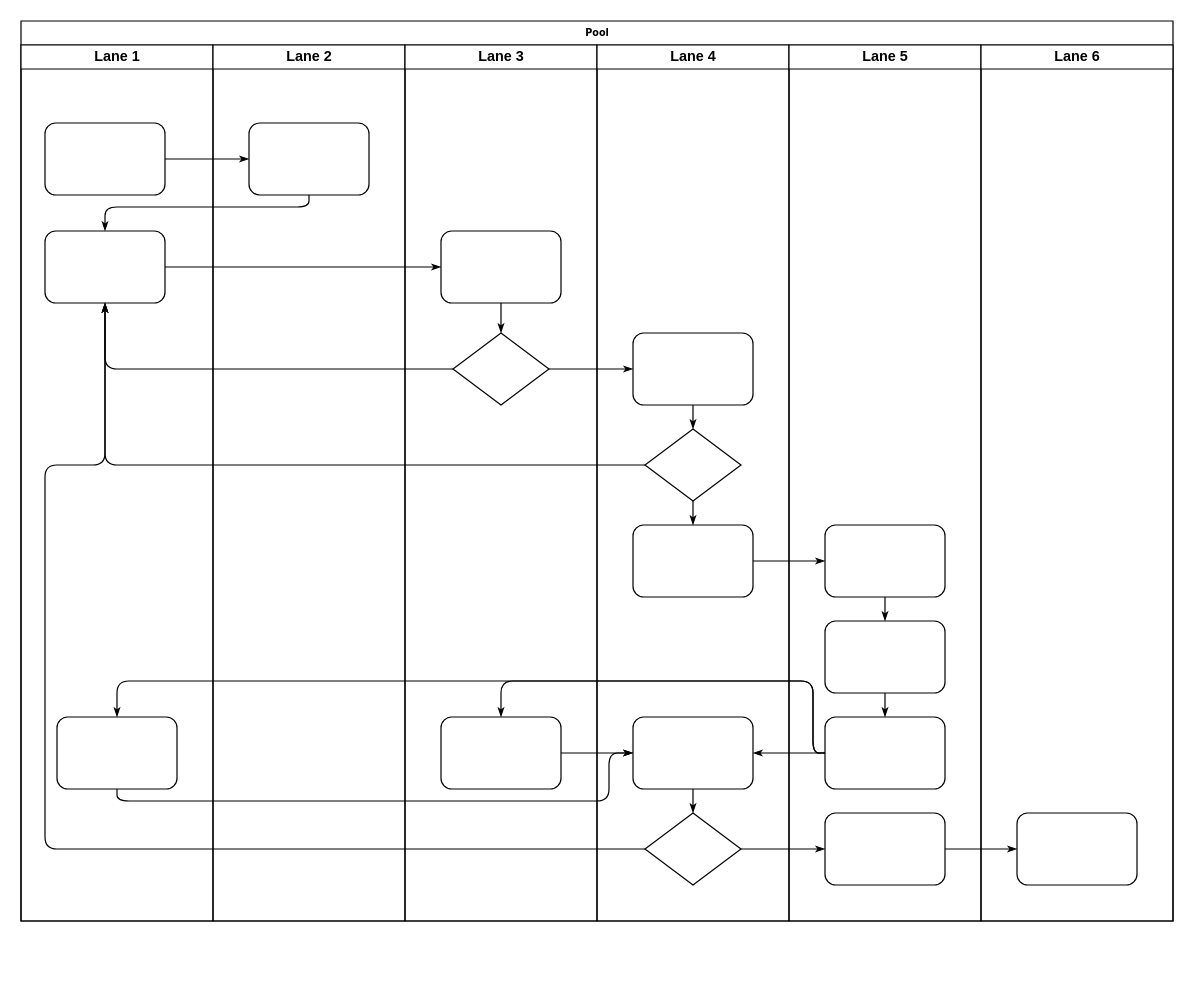
Above: page "Page-1" (1 of 2) of Untitled Diagram.drawio in Chandler1990/leetcode (draw.io), before the change. Source tidied: cells renumbered, new cells numbered last; positions are measured from the earlier drawing's top-left corner, leaving out a move shared by most shapes. Both pictures are drawn from the tidied source at 120%, with x=0, y=0 at pixel (20, 20).
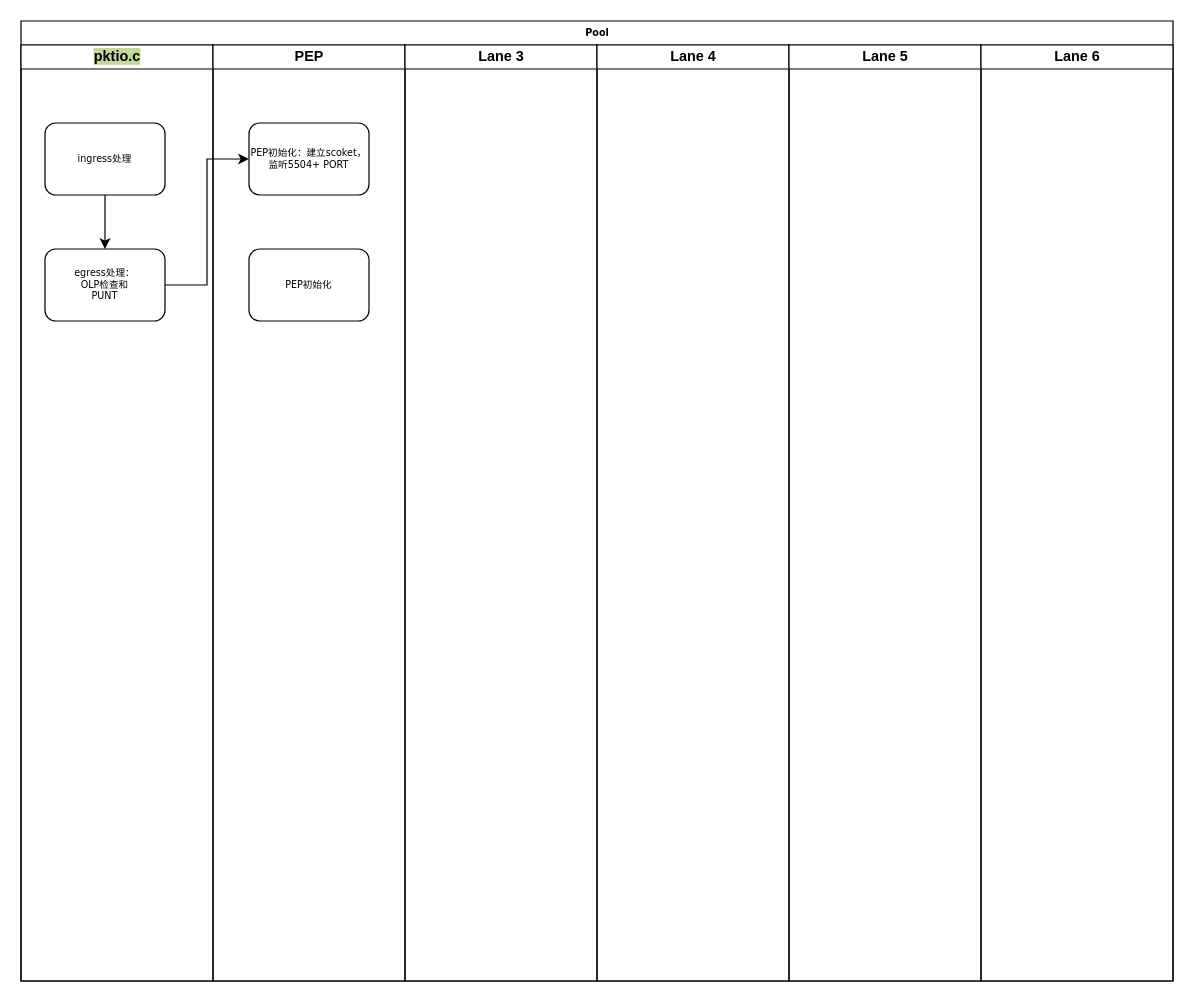
The same page after the edit.

The edit, as a diff of the source:
```diff
@@
     <mxCell id="2" value="Pool" style="swimlane;html=1;startSize=20;rounded=0;shadow=0;labelBackgroundColor=none;strokeWidth=1;fontFamily=Verdana;fontSize=8;align=center;" parent="1" vertex="1">
-      <mxGeometry width="960" height="750" as="geometry" />
+      <mxGeometry width="960" height="800" as="geometry" />
     </mxCell>
-    <mxCell id="3" value="Lane 1" style="swimlane;html=1;startSize=20;" parent="2" vertex="1">
-      <mxGeometry y="20" width="160" height="730" as="geometry" />
+    <mxCell id="3" value="&lt;span style=&quot;background: #c3d69b&quot;&gt;pktio.c&lt;/span&gt;" style="swimlane;html=1;startSize=20;" parent="2" vertex="1">
+      <mxGeometry y="20" width="160" height="780" as="geometry" />
     </mxCell>
+    <mxCell id="47" value="egress处理：&lt;br&gt;OLP检查和&lt;br&gt;PUNT" style="rounded=1;whiteSpace=wrap;html=1;shadow=0;labelBackgroundColor=none;strokeWidth=1;fontFamily=Verdana;fontSize=8;align=center;" parent="3" vertex="1">
+      <mxGeometry x="20" y="170" width="100" height="60" as="geometry" />
+    </mxCell>
+    <mxCell id="48" style="edgeStyle=orthogonalEdgeStyle;rounded=0;jettySize=auto;html=1;entryX=0.5;entryY=0;entryDx=0;entryDy=0;" parent="3" edge="1" source="4" target="47">
+      <mxGeometry relative="1" as="geometry" />
+    </mxCell>
-    <mxCell id="4" style="rounded=1;whiteSpace=wrap;html=1;shadow=0;labelBackgroundColor=none;strokeWidth=1;fontFamily=Verdana;fontSize=8;align=center;" parent="3" vertex="1">
+    <mxCell id="4" value="ingress处理&lt;br&gt;" style="rounded=1;whiteSpace=wrap;html=1;shadow=0;labelBackgroundColor=none;strokeWidth=1;fontFamily=Verdana;fontSize=8;align=center;" parent="3" vertex="1">
       <mxGeometry x="20" y="65" width="100" height="60" as="geometry" />
     </mxCell>
-    <mxCell id="5" style="rounded=1;whiteSpace=wrap;html=1;shadow=0;labelBackgroundColor=none;strokeWidth=1;fontFamily=Verdana;fontSize=8;align=center;" parent="3" vertex="1">
-      <mxGeometry x="20" y="155" width="100" height="60" as="geometry" />
-    </mxCell>
-    <mxCell id="6" style="rounded=1;whiteSpace=wrap;html=1;shadow=0;labelBackgroundColor=none;strokeWidth=1;fontFamily=Verdana;fontSize=8;align=center;" parent="3" vertex="1">
-      <mxGeometry x="30" y="560" width="100" height="60" as="geometry" />
-    </mxCell>
-    <mxCell id="7" style="edgeStyle=orthogonalEdgeStyle;rounded=1;html=1;labelBackgroundColor=none;startArrow=none;startFill=0;startSize=5;endArrow=classicThin;endFill=1;endSize=5;jettySize=auto;strokeWidth=1;fontFamily=Verdana;fontSize=8;" parent="2" edge="1" source="4" target="23">
-      <mxGeometry relative="1" as="geometry" />
-    </mxCell>
-    <mxCell id="8" style="edgeStyle=orthogonalEdgeStyle;rounded=1;html=1;labelBackgroundColor=none;startArrow=none;startFill=0;startSize=5;endArrow=classicThin;endFill=1;endSize=5;jettySize=auto;strokeWidth=1;fontFamily=Verdana;fontSize=8;" parent="2" edge="1" source="23" target="5">
-      <mxGeometry relative="1" as="geometry">
-        <Array as="points">
-          <mxPoint x="240" y="155" />
-          <mxPoint x="70" y="155" />
-        </Array>
-      </mxGeometry>
-    </mxCell>
-    <mxCell id="9" style="edgeStyle=orthogonalEdgeStyle;rounded=1;html=1;labelBackgroundColor=none;startArrow=none;startFill=0;startSize=5;endArrow=classicThin;endFill=1;endSize=5;jettySize=auto;strokeWidth=1;fontFamily=Verdana;fontSize=8;" parent="2" edge="1" source="5" target="25">
-      <mxGeometry relative="1" as="geometry" />
-    </mxCell>
-    <mxCell id="10" style="edgeStyle=orthogonalEdgeStyle;rounded=1;html=1;labelBackgroundColor=none;startArrow=none;startFill=0;startSize=5;endArrow=classicThin;endFill=1;endSize=5;jettySize=auto;strokeWidth=1;fontFamily=Verdana;fontSize=8;" parent="2" edge="1" source="26" target="5">
-      <mxGeometry relative="1" as="geometry" />
-    </mxCell>
-    <mxCell id="11" style="edgeStyle=orthogonalEdgeStyle;rounded=1;html=1;labelBackgroundColor=none;startArrow=none;startFill=0;startSize=5;endArrow=classicThin;endFill=1;endSize=5;jettySize=auto;strokeWidth=1;fontFamily=Verdana;fontSize=8;" parent="2" edge="1" source="31" target="5">
-      <mxGeometry relative="1" as="geometry" />
-    </mxCell>
-    <mxCell id="12" style="edgeStyle=orthogonalEdgeStyle;rounded=1;html=1;labelBackgroundColor=none;startArrow=none;startFill=0;startSize=5;endArrow=classicThin;endFill=1;endSize=5;jettySize=auto;strokeWidth=1;fontFamily=Verdana;fontSize=8;" parent="2" edge="1" source="34" target="5">
-      <mxGeometry relative="1" as="geometry">
-        <Array as="points">
-          <mxPoint x="20" y="690" />
-          <mxPoint x="20" y="370" />
-          <mxPoint x="70" y="370" />
-        </Array>
-      </mxGeometry>
-    </mxCell>
-    <mxCell id="13" style="edgeStyle=orthogonalEdgeStyle;rounded=1;html=1;labelBackgroundColor=none;startArrow=none;startFill=0;startSize=5;endArrow=classicThin;endFill=1;endSize=5;jettySize=auto;strokeWidth=1;fontFamily=Verdana;fontSize=8;" parent="2" edge="1" source="26" target="30">
-      <mxGeometry relative="1" as="geometry" />
-    </mxCell>
-    <mxCell id="14" style="edgeStyle=orthogonalEdgeStyle;rounded=1;html=1;labelBackgroundColor=none;startArrow=none;startFill=0;startSize=5;endArrow=classicThin;endFill=1;endSize=5;jettySize=auto;strokeWidth=1;fontFamily=Verdana;fontSize=8;" parent="2" edge="1" source="34" target="42">
-      <mxGeometry relative="1" as="geometry" />
-    </mxCell>
-    <mxCell id="15" style="edgeStyle=orthogonalEdgeStyle;rounded=1;html=1;labelBackgroundColor=none;startArrow=none;startFill=0;startSize=5;endArrow=classicThin;endFill=1;endSize=5;jettySize=auto;strokeWidth=1;fontFamily=Verdana;fontSize=8;" parent="2" edge="1" source="42" target="46">
-      <mxGeometry relative="1" as="geometry" />
-    </mxCell>
-    <mxCell id="16" style="edgeStyle=orthogonalEdgeStyle;rounded=1;html=1;labelBackgroundColor=none;startArrow=none;startFill=0;startSize=5;endArrow=classicThin;endFill=1;endSize=5;jettySize=auto;strokeWidth=1;fontFamily=Verdana;fontSize=8;" parent="2" edge="1" source="32" target="39">
-      <mxGeometry relative="1" as="geometry" />
-    </mxCell>
-    <mxCell id="17" style="edgeStyle=orthogonalEdgeStyle;rounded=1;html=1;labelBackgroundColor=none;startArrow=none;startFill=0;startSize=5;endArrow=classicThin;endFill=1;endSize=5;jettySize=auto;strokeWidth=1;fontFamily=Verdana;fontSize=8;" parent="2" edge="1" source="41" target="27">
-      <mxGeometry relative="1" as="geometry">
-        <Array as="points">
-          <mxPoint x="660" y="610" />
-          <mxPoint x="660" y="550" />
-          <mxPoint x="400" y="550" />
-        </Array>
-      </mxGeometry>
-    </mxCell>
-    <mxCell id="18" style="edgeStyle=orthogonalEdgeStyle;rounded=1;html=1;labelBackgroundColor=none;startArrow=none;startFill=0;startSize=5;endArrow=classicThin;endFill=1;endSize=5;jettySize=auto;strokeColor=#000000;strokeWidth=1;fontFamily=Verdana;fontSize=8;fontColor=#000000;" parent="2" edge="1" source="41" target="33">
-      <mxGeometry relative="1" as="geometry" />
-    </mxCell>
-    <mxCell id="19" style="edgeStyle=orthogonalEdgeStyle;rounded=1;html=1;labelBackgroundColor=none;startArrow=none;startFill=0;startSize=5;endArrow=classicThin;endFill=1;endSize=5;jettySize=auto;strokeWidth=1;fontFamily=Verdana;fontSize=8;" parent="2" edge="1" source="41" target="6">
-      <mxGeometry relative="1" as="geometry">
-        <Array as="points">
-          <mxPoint x="660" y="610" />
-          <mxPoint x="660" y="550" />
-          <mxPoint x="80" y="550" />
-        </Array>
-      </mxGeometry>
-    </mxCell>
-    <mxCell id="20" style="edgeStyle=orthogonalEdgeStyle;rounded=1;html=1;labelBackgroundColor=none;startArrow=none;startFill=0;startSize=5;endArrow=classicThin;endFill=1;endSize=5;jettySize=auto;strokeWidth=1;fontFamily=Verdana;fontSize=8;" parent="2" edge="1" source="6" target="33">
-      <mxGeometry relative="1" as="geometry">
-        <Array as="points">
-          <mxPoint x="80" y="650" />
-          <mxPoint x="490" y="650" />
-          <mxPoint x="490" y="610" />
-        </Array>
-      </mxGeometry>
-    </mxCell>
-    <mxCell id="21" style="edgeStyle=orthogonalEdgeStyle;rounded=1;html=1;labelBackgroundColor=none;startArrow=none;startFill=0;startSize=5;endArrow=classicThin;endFill=1;endSize=5;jettySize=auto;strokeWidth=1;fontFamily=Verdana;fontSize=8;" parent="2" edge="1" source="27" target="33">
-      <mxGeometry relative="1" as="geometry" />
-    </mxCell>
-    <mxCell id="22" value="Lane 2" style="swimlane;html=1;startSize=20;" parent="2" vertex="1">
-      <mxGeometry x="160" y="20" width="160" height="730" as="geometry" />
+    <mxCell id="22" value="PEP" style="swimlane;html=1;startSize=20;" parent="2" vertex="1">
+      <mxGeometry x="160" y="20" width="160" height="780" as="geometry" />
     </mxCell>
-    <mxCell id="23" style="rounded=1;whiteSpace=wrap;html=1;shadow=0;labelBackgroundColor=none;strokeWidth=1;fontFamily=Verdana;fontSize=8;align=center;" parent="22" vertex="1">
+    <mxCell id="23" value="PEP初始化：建立scoket，监听5504+ PORT" style="rounded=1;whiteSpace=wrap;html=1;shadow=0;labelBackgroundColor=none;strokeWidth=1;fontFamily=Verdana;fontSize=8;align=center;" parent="22" vertex="1">
       <mxGeometry x="30" y="65" width="100" height="60" as="geometry" />
     </mxCell>
+    <mxCell id="49" value="PEP初始化" style="rounded=1;whiteSpace=wrap;html=1;shadow=0;labelBackgroundColor=none;strokeWidth=1;fontFamily=Verdana;fontSize=8;align=center;" parent="22" vertex="1">
+      <mxGeometry x="30" y="170" width="100" height="60" as="geometry" />
+    </mxCell>
     <mxCell id="24" value="Lane 3" style="swimlane;html=1;startSize=20;" parent="2" vertex="1">
-      <mxGeometry x="320" y="20" width="160" height="730" as="geometry" />
+      <mxGeometry x="320" y="20" width="160" height="780" as="geometry" />
     </mxCell>
-    <mxCell id="25" style="rounded=1;whiteSpace=wrap;html=1;shadow=0;labelBackgroundColor=none;strokeWidth=1;fontFamily=Verdana;fontSize=8;align=center;" parent="24" vertex="1">
-      <mxGeometry x="30" y="155" width="100" height="60" as="geometry" />
-    </mxCell>
-    <mxCell id="26" style="rhombus;whiteSpace=wrap;html=1;rounded=0;shadow=0;labelBackgroundColor=none;strokeWidth=1;fontFamily=Verdana;fontSize=8;align=center;" parent="24" vertex="1">
-      <mxGeometry x="40" y="240" width="80" height="60" as="geometry" />
-    </mxCell>
-    <mxCell id="27" style="rounded=1;whiteSpace=wrap;html=1;shadow=0;labelBackgroundColor=none;strokeWidth=1;fontFamily=Verdana;fontSize=8;align=center;" parent="24" vertex="1">
-      <mxGeometry x="30" y="560" width="100" height="60" as="geometry" />
-    </mxCell>
-    <mxCell id="28" style="edgeStyle=orthogonalEdgeStyle;rounded=1;html=1;labelBackgroundColor=none;startArrow=none;startFill=0;startSize=5;endArrow=classicThin;endFill=1;endSize=5;jettySize=auto;strokeWidth=1;fontFamily=Verdana;fontSize=8;" parent="24" edge="1" source="25" target="26">
-      <mxGeometry relative="1" as="geometry" />
-    </mxCell>
     <mxCell id="29" value="Lane 4" style="swimlane;html=1;startSize=20;" parent="2" vertex="1">
-      <mxGeometry x="480" y="20" width="160" height="730" as="geometry" />
+      <mxGeometry x="480" y="20" width="160" height="780" as="geometry" />
     </mxCell>
-    <mxCell id="30" style="rounded=1;whiteSpace=wrap;html=1;shadow=0;labelBackgroundColor=none;strokeWidth=1;fontFamily=Verdana;fontSize=8;align=center;" parent="29" vertex="1">
-      <mxGeometry x="30" y="240" width="100" height="60" as="geometry" />
-    </mxCell>
-    <mxCell id="31" style="rhombus;whiteSpace=wrap;html=1;rounded=0;shadow=0;labelBackgroundColor=none;strokeWidth=1;fontFamily=Verdana;fontSize=8;align=center;" parent="29" vertex="1">
-      <mxGeometry x="40" y="320" width="80" height="60" as="geometry" />
-    </mxCell>
-    <mxCell id="32" style="rounded=1;whiteSpace=wrap;html=1;shadow=0;labelBackgroundColor=none;strokeWidth=1;fontFamily=Verdana;fontSize=8;align=center;" parent="29" vertex="1">
-      <mxGeometry x="30" y="400" width="100" height="60" as="geometry" />
-    </mxCell>
-    <mxCell id="33" style="rounded=1;whiteSpace=wrap;html=1;shadow=0;labelBackgroundColor=none;strokeWidth=1;fontFamily=Verdana;fontSize=8;align=center;" parent="29" vertex="1">
-      <mxGeometry x="30" y="560" width="100" height="60" as="geometry" />
-    </mxCell>
-    <mxCell id="34" style="rhombus;whiteSpace=wrap;html=1;rounded=0;shadow=0;labelBackgroundColor=none;strokeWidth=1;fontFamily=Verdana;fontSize=8;align=center;" parent="29" vertex="1">
-      <mxGeometry x="40" y="640" width="80" height="60" as="geometry" />
-    </mxCell>
-    <mxCell id="35" style="edgeStyle=orthogonalEdgeStyle;rounded=1;html=1;labelBackgroundColor=none;startArrow=none;startFill=0;startSize=5;endArrow=classicThin;endFill=1;endSize=5;jettySize=auto;strokeColor=#000000;strokeWidth=1;fontFamily=Verdana;fontSize=8;fontColor=#000000;" parent="29" edge="1" source="30" target="31">
-      <mxGeometry relative="1" as="geometry" />
-    </mxCell>
-    <mxCell id="36" style="edgeStyle=orthogonalEdgeStyle;rounded=1;html=1;labelBackgroundColor=none;startArrow=none;startFill=0;startSize=5;endArrow=classicThin;endFill=1;endSize=5;jettySize=auto;strokeWidth=1;fontFamily=Verdana;fontSize=8;" parent="29" edge="1" source="31" target="32">
-      <mxGeometry relative="1" as="geometry" />
-    </mxCell>
-    <mxCell id="37" style="edgeStyle=orthogonalEdgeStyle;rounded=1;html=1;labelBackgroundColor=none;startArrow=none;startFill=0;startSize=5;endArrow=classicThin;endFill=1;endSize=5;jettySize=auto;strokeWidth=1;fontFamily=Verdana;fontSize=8;" parent="29" edge="1" source="33" target="34">
-      <mxGeometry relative="1" as="geometry" />
-    </mxCell>
     <mxCell id="38" value="Lane 5" style="swimlane;html=1;startSize=20;" parent="2" vertex="1">
-      <mxGeometry x="640" y="20" width="160" height="730" as="geometry" />
+      <mxGeometry x="640" y="20" width="160" height="780" as="geometry" />
     </mxCell>
-    <mxCell id="39" style="rounded=1;whiteSpace=wrap;html=1;shadow=0;labelBackgroundColor=none;strokeWidth=1;fontFamily=Verdana;fontSize=8;align=center;" parent="38" vertex="1">
-      <mxGeometry x="30" y="400" width="100" height="60" as="geometry" />
-    </mxCell>
-    <mxCell id="40" style="rounded=1;whiteSpace=wrap;html=1;shadow=0;labelBackgroundColor=none;strokeWidth=1;fontFamily=Verdana;fontSize=8;align=center;" parent="38" vertex="1">
-      <mxGeometry x="30" y="480" width="100" height="60" as="geometry" />
-    </mxCell>
-    <mxCell id="41" style="rounded=1;whiteSpace=wrap;html=1;shadow=0;labelBackgroundColor=none;strokeWidth=1;fontFamily=Verdana;fontSize=8;align=center;" parent="38" vertex="1">
-      <mxGeometry x="30" y="560" width="100" height="60" as="geometry" />
-    </mxCell>
-    <mxCell id="42" style="rounded=1;whiteSpace=wrap;html=1;shadow=0;labelBackgroundColor=none;strokeWidth=1;fontFamily=Verdana;fontSize=8;align=center;" parent="38" vertex="1">
-      <mxGeometry x="30" y="640" width="100" height="60" as="geometry" />
-    </mxCell>
-    <mxCell id="43" style="edgeStyle=orthogonalEdgeStyle;rounded=1;html=1;labelBackgroundColor=none;startArrow=none;startFill=0;startSize=5;endArrow=classicThin;endFill=1;endSize=5;jettySize=auto;strokeWidth=1;fontFamily=Verdana;fontSize=8;" parent="38" edge="1" source="39" target="40">
-      <mxGeometry relative="1" as="geometry" />
-    </mxCell>
-    <mxCell id="44" style="edgeStyle=orthogonalEdgeStyle;rounded=1;html=1;labelBackgroundColor=none;startArrow=none;startFill=0;startSize=5;endArrow=classicThin;endFill=1;endSize=5;jettySize=auto;strokeWidth=1;fontFamily=Verdana;fontSize=8;" parent="38" edge="1" source="40" target="41">
-      <mxGeometry relative="1" as="geometry" />
-    </mxCell>
     <mxCell id="45" value="Lane 6" style="swimlane;html=1;startSize=20;" parent="2" vertex="1">
-      <mxGeometry x="800" y="20" width="160" height="730" as="geometry" />
+      <mxGeometry x="800" y="20" width="160" height="780" as="geometry" />
     </mxCell>
-    <mxCell id="46" style="rounded=1;whiteSpace=wrap;html=1;shadow=0;labelBackgroundColor=none;strokeWidth=1;fontFamily=Verdana;fontSize=8;align=center;" parent="45" vertex="1">
-      <mxGeometry x="30" y="640" width="100" height="60" as="geometry" />
-    </mxCell>
+    <mxCell id="50" style="edgeStyle=orthogonalEdgeStyle;rounded=0;jettySize=auto;html=1;fontColor=default;entryX=0;entryY=0.5;entryDx=0;entryDy=0;" parent="2" edge="1" source="47" target="23">
+      <mxGeometry relative="1" as="geometry" />
+    </mxCell>
```
